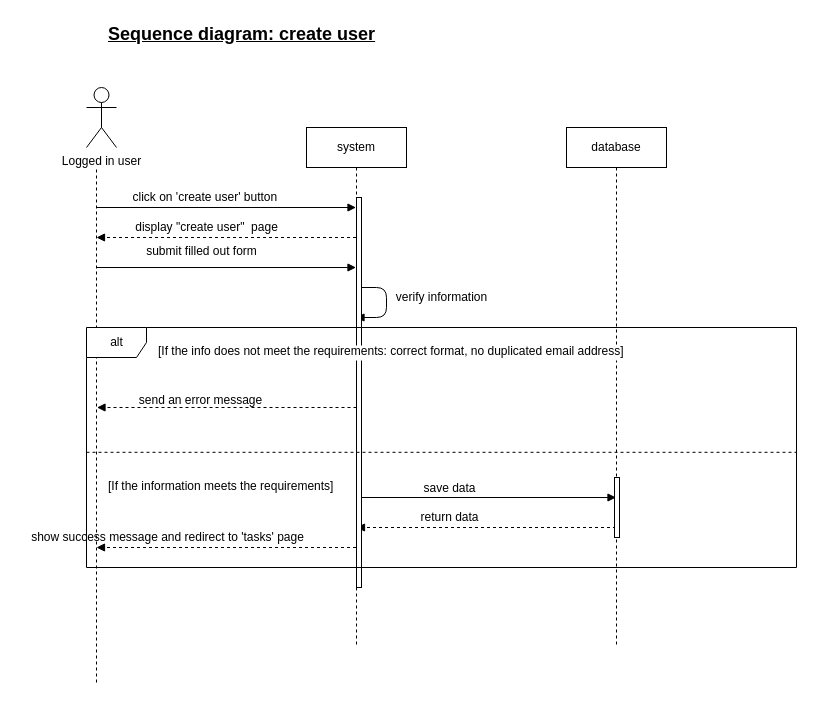
Earlier version of the draw.io diagram page "sequence diagram:create user" (3 of 9) of Document_diagrams/UML diagrams.drawio (JENNYPCHEN/p8_to_do_and_co). Source tidied: cells renumbered, new cells numbered last; positions are measured from the earlier drawing's top-left corner, leaving out a move shared by most shapes. Both pictures are drawn from the tidied source at 100%, with x=0, y=0 at pixel (22, 17).
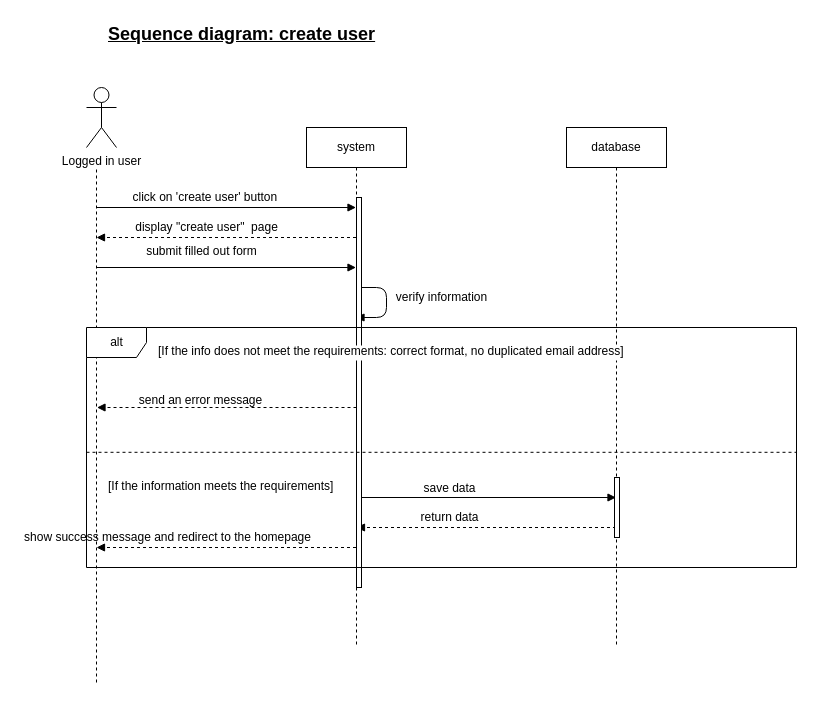
The same diagram, later.

Unchanged cells that the change refers to:
```xml
<mxCell id="20" value="alt" style="shape=umlFrame;tabWidth=110;tabHeight=30;tabPosition=left;html=1;boundedLbl=1;labelInHeader=1;width=60;height=30;" parent="1" vertex="1">
  <mxGeometry x="64" y="310" width="710" height="240" as="geometry" />
</mxCell>
```

Diff of the diagram source:
```diff
@@
-    <mxCell id="26" value="show success message and redirect to 'tasks' page" style="text;html=1;align=center;verticalAlign=middle;strokeColor=none;" parent="20" vertex="1">
-      <mxGeometry x="-64.1" y="200" width="290" height="20" as="geometry" />
+    <mxCell id="26" value="show success message and redirect to the homepage" style="text;html=1;align=center;verticalAlign=middle;strokeColor=none;" parent="20" vertex="1">
+      <mxGeometry x="-69.1" y="200" width="300" height="20" as="geometry" />
     </mxCell>
```
